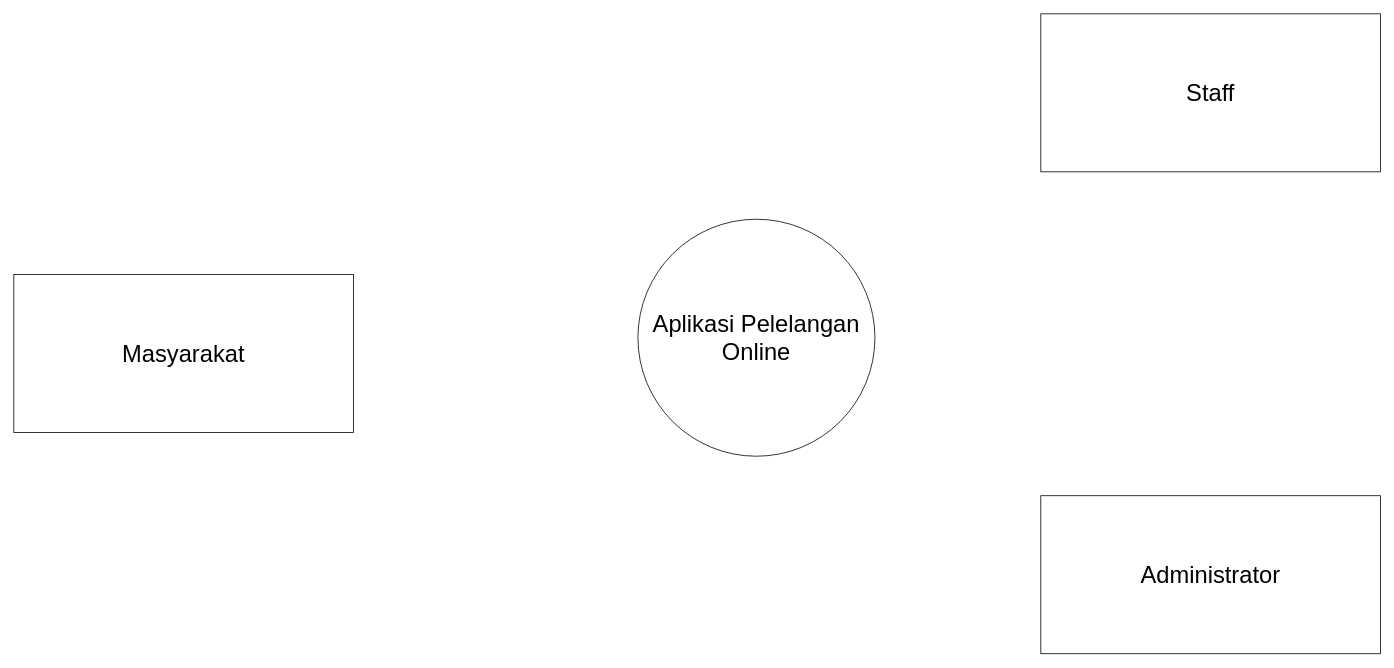
Above: page "DFD" (3 of 3) of diagram/Untitled Diagram.drawio in 1cyr44/UKK-LELANG (draw.io), before the change. Source tidied: cells renumbered, new cells numbered last; positions are measured from the earlier drawing's top-left corner, leaving out a move shared by most shapes. Both pictures are drawn from the tidied source at 79%, with x=0, y=0 at pixel (13, 13).
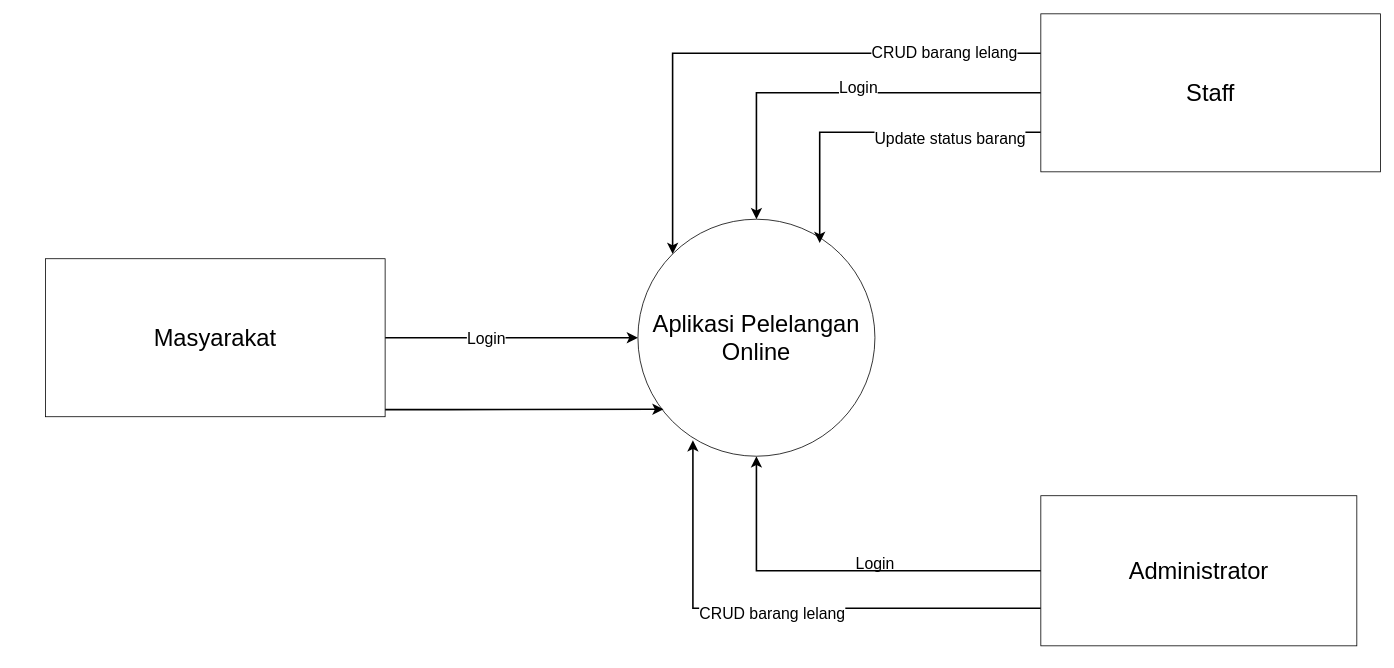
After the change.

Unchanged cells that the change refers to:
```xml
<mxCell id="2" value="Aplikasi Pelelangan Online" style="ellipse;whiteSpace=wrap;html=1;fontSize=30;" parent="1" vertex="1">
  <mxGeometry x="790" y="260" width="300" height="300" as="geometry" />
</mxCell>
<mxCell id="5" value="Staff" style="rounded=0;whiteSpace=wrap;html=1;fontSize=30;" parent="1" vertex="1">
  <mxGeometry x="1300" width="430" height="200" as="geometry" />
</mxCell>
```

What changed in the source:
```diff
@@
+    <mxCell id="6" style="edgeStyle=orthogonalEdgeStyle;rounded=0;jettySize=auto;html=1;entryX=0;entryY=0.5;entryDx=0;entryDy=0;strokeWidth=2;fontSize=20;startSize=8;endSize=8;" parent="1" edge="1" source="3" target="2">
+      <mxGeometry relative="1" as="geometry" />
+    </mxCell>
+    <mxCell id="7" value="Login" style="edgeLabel;html=1;align=center;verticalAlign=middle;fontSize=20;" parent="6" vertex="1">
+      <mxGeometry x="-0.2" relative="1" as="geometry">
+        <mxPoint x="-1" as="offset" />
+      </mxGeometry>
+    </mxCell>
+    <mxCell id="8" style="edgeStyle=orthogonalEdgeStyle;rounded=0;jettySize=auto;html=1;entryX=0.108;entryY=0.802;entryDx=0;entryDy=0;entryPerimeter=0;strokeWidth=2;fontSize=20;startSize=8;endSize=8;" parent="1" edge="1" source="3" target="2">
+      <mxGeometry relative="1" as="geometry">
+        <Array as="points">
+          <mxPoint x="550" y="501" />
+          <mxPoint x="550" y="501" />
+        </Array>
+      </mxGeometry>
+    </mxCell>
     <mxCell id="3" value="Masyarakat" style="rounded=0;whiteSpace=wrap;html=1;fontSize=30;" parent="1" vertex="1">
-      <mxGeometry y="330" width="430" height="200" as="geometry" />
+      <mxGeometry x="40" y="310" width="430" height="200" as="geometry" />
     </mxCell>
+    <mxCell id="9" style="edgeStyle=orthogonalEdgeStyle;rounded=0;jettySize=auto;html=1;entryX=0.5;entryY=1;entryDx=0;entryDy=0;fontSize=30;startSize=8;endSize=8;strokeWidth=2;" parent="1" edge="1" source="4" target="2">
+      <mxGeometry relative="1" as="geometry" />
+    </mxCell>
+    <mxCell id="10" style="edgeStyle=orthogonalEdgeStyle;rounded=0;jettySize=auto;html=1;exitX=0;exitY=0.75;exitDx=0;exitDy=0;entryX=0.232;entryY=0.933;entryDx=0;entryDy=0;entryPerimeter=0;strokeWidth=2;fontSize=20;startSize=8;endSize=8;" parent="1" edge="1" source="4" target="2">
+      <mxGeometry relative="1" as="geometry" />
+    </mxCell>
+    <mxCell id="11" value="CRUD barang lelang" style="edgeLabel;html=1;align=center;verticalAlign=middle;fontSize=20;" parent="10" vertex="1">
+      <mxGeometry x="0.04" y="6" relative="1" as="geometry">
+        <mxPoint x="-1" as="offset" />
+      </mxGeometry>
+    </mxCell>
     <mxCell id="4" value="Administrator" style="rounded=0;whiteSpace=wrap;html=1;fontSize=30;" parent="1" vertex="1">
-      <mxGeometry x="1300" y="610" width="430" height="200" as="geometry" />
+      <mxGeometry x="1300" y="610" width="400" height="190" as="geometry" />
     </mxCell>
+    <mxCell id="12" style="edgeStyle=orthogonalEdgeStyle;rounded=0;jettySize=auto;html=1;strokeWidth=2;fontSize=20;startSize=8;endSize=8;" parent="1" edge="1" source="5" target="2">
+      <mxGeometry relative="1" as="geometry" />
+    </mxCell>
+    <mxCell id="13" value="Login" style="edgeLabel;html=1;align=center;verticalAlign=middle;fontSize=20;" parent="12" vertex="1">
+      <mxGeometry x="-0.11" y="-8" relative="1" as="geometry">
+        <mxPoint x="-1" as="offset" />
+      </mxGeometry>
+    </mxCell>
+    <mxCell id="14" style="edgeStyle=orthogonalEdgeStyle;rounded=0;jettySize=auto;html=1;entryX=0;entryY=0;entryDx=0;entryDy=0;strokeWidth=2;fontSize=20;startSize=8;endSize=8;" parent="1" edge="1" source="5" target="2">
+      <mxGeometry relative="1" as="geometry">
+        <Array as="points">
+          <mxPoint x="834" y="50" />
+        </Array>
+      </mxGeometry>
+    </mxCell>
+    <mxCell id="15" value="CRUD barang lelang" style="edgeLabel;html=1;align=center;verticalAlign=middle;fontSize=20;" parent="14" vertex="1">
+      <mxGeometry x="-0.66" y="-3" relative="1" as="geometry">
+        <mxPoint x="-1" as="offset" />
+      </mxGeometry>
+    </mxCell>
+    <mxCell id="16" style="edgeStyle=orthogonalEdgeStyle;rounded=0;jettySize=auto;html=1;exitX=0;exitY=0.75;exitDx=0;exitDy=0;entryX=0.767;entryY=0.1;entryDx=0;entryDy=0;entryPerimeter=0;strokeWidth=2;fontSize=20;startSize=8;endSize=8;" parent="1" edge="1" source="5" target="2">
+      <mxGeometry relative="1" as="geometry" />
+    </mxCell>
+    <mxCell id="17" value="Update status barang" style="edgeLabel;html=1;align=center;verticalAlign=middle;fontSize=20;" parent="16" vertex="1">
+      <mxGeometry x="-0.45" y="6" relative="1" as="geometry">
+        <mxPoint x="-1" as="offset" />
+      </mxGeometry>
+    </mxCell>
@@
+    <mxCell id="18" value="&lt;font style=&quot;font-size: 20px;&quot;&gt;Login&lt;/font&gt;" style="text;html=1;align=center;verticalAlign=middle;strokeColor=none;fillColor=none;fontSize=16;" parent="1" vertex="1">
+      <mxGeometry x="1055" y="675" width="70" height="40" as="geometry" />
+    </mxCell>
```
